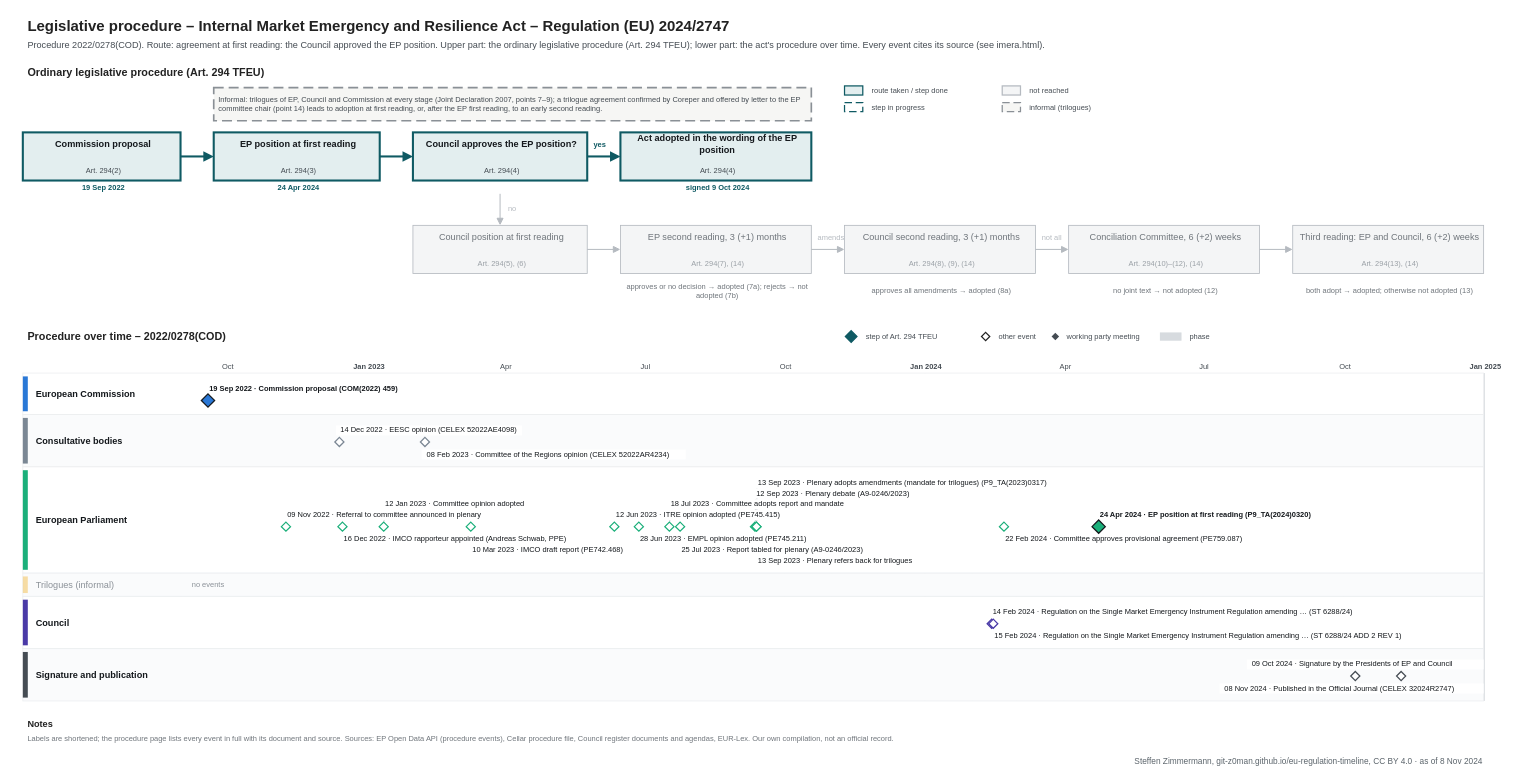
This is procedures/imera.drawio from git-z0man/eu-regulation-timeline, a draw.io file, before an edit. Source tidied: cells renumbered, new cells numbered last; positions are measured from the earlier drawing's top-left corner, leaving out a move shared by most shapes. Both pictures are drawn from the tidied source at 83%, with x=0, y=0 at pixel (14, 14).
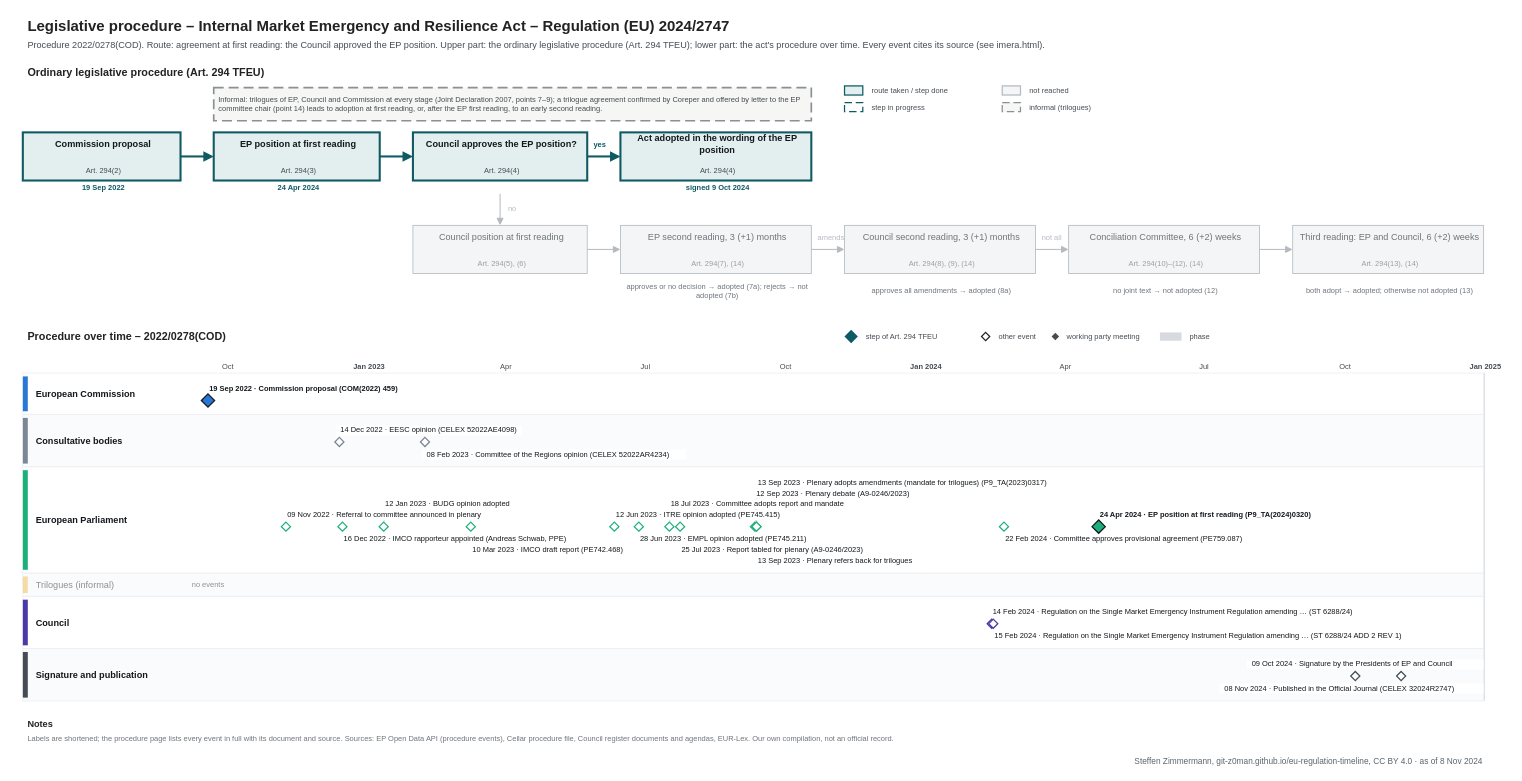
The same diagram, later.

Diff of the diagram source:
```diff
@@
-    <mxCell id="144" value="12 Jan 2023 · Committee opinion adopted" style="text;html=1;fontSize=9;fontColor=#14181c;align=left;verticalAlign=middle;spacingLeft=4;fillColor=#ffffff;" parent="1" vertex="1">
-      <mxGeometry x="440.8" y="584" width="191.3" height="12" as="geometry" />
+    <mxCell id="144" value="12 Jan 2023 · BUDG opinion adopted" style="text;html=1;fontSize=9;fontColor=#14181c;align=left;verticalAlign=middle;spacingLeft=4;fillColor=#ffffff;" parent="1" vertex="1">
+      <mxGeometry x="440.8" y="584" width="167.8" height="12" as="geometry" />
     </mxCell>
```
